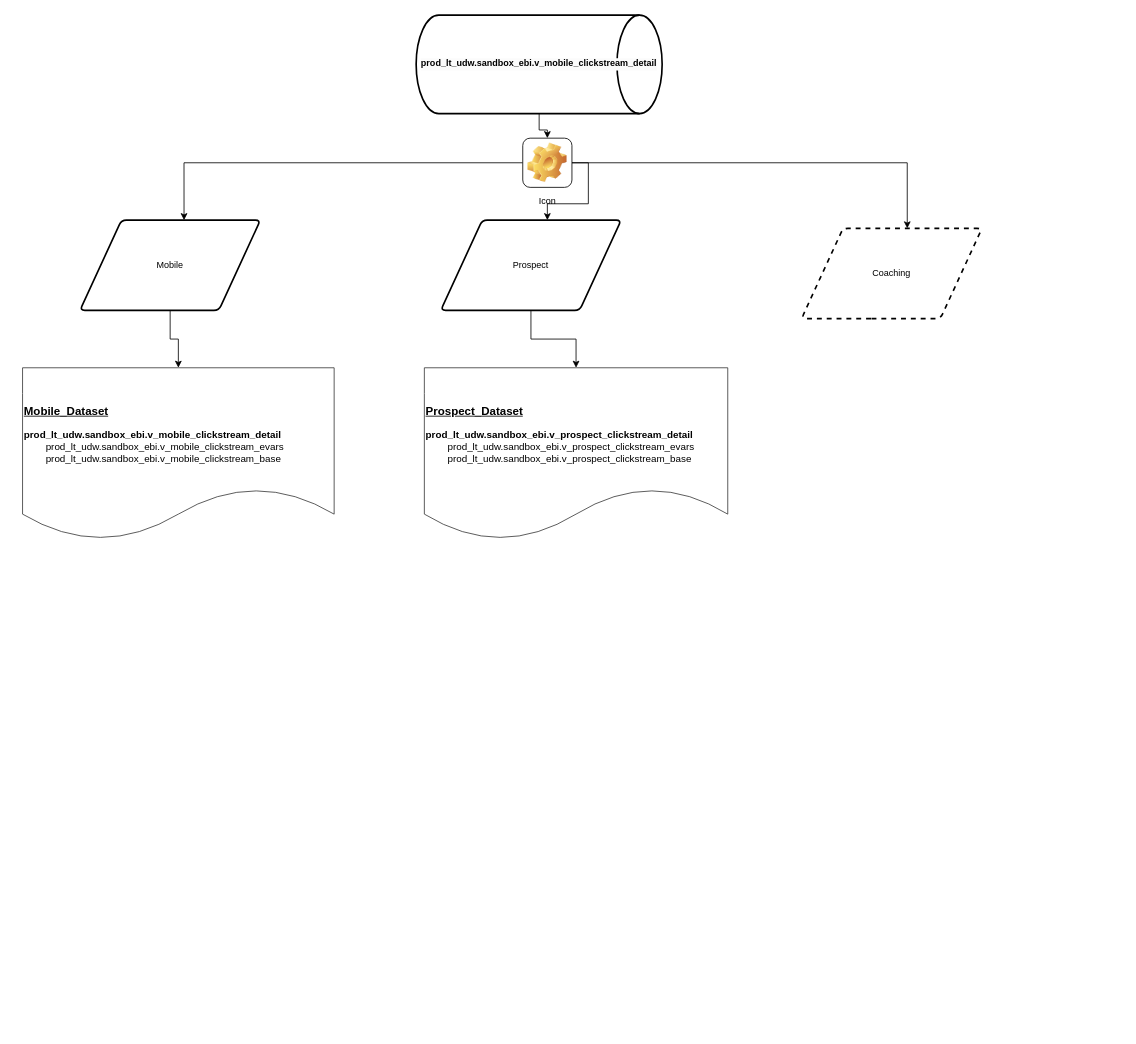
rakesh7464/notes keeps this draw.io diagram as Mobile_Prospect_Coaching_Clickstream_Superset.drawio. Above is the earlier version. Source tidied: cells renumbered, new cells numbered last; positions are measured from the earlier drawing's top-left corner, leaving out a move shared by most shapes. Both pictures are drawn from the tidied source at 82%, with x=0, y=0 at pixel (22, 15).
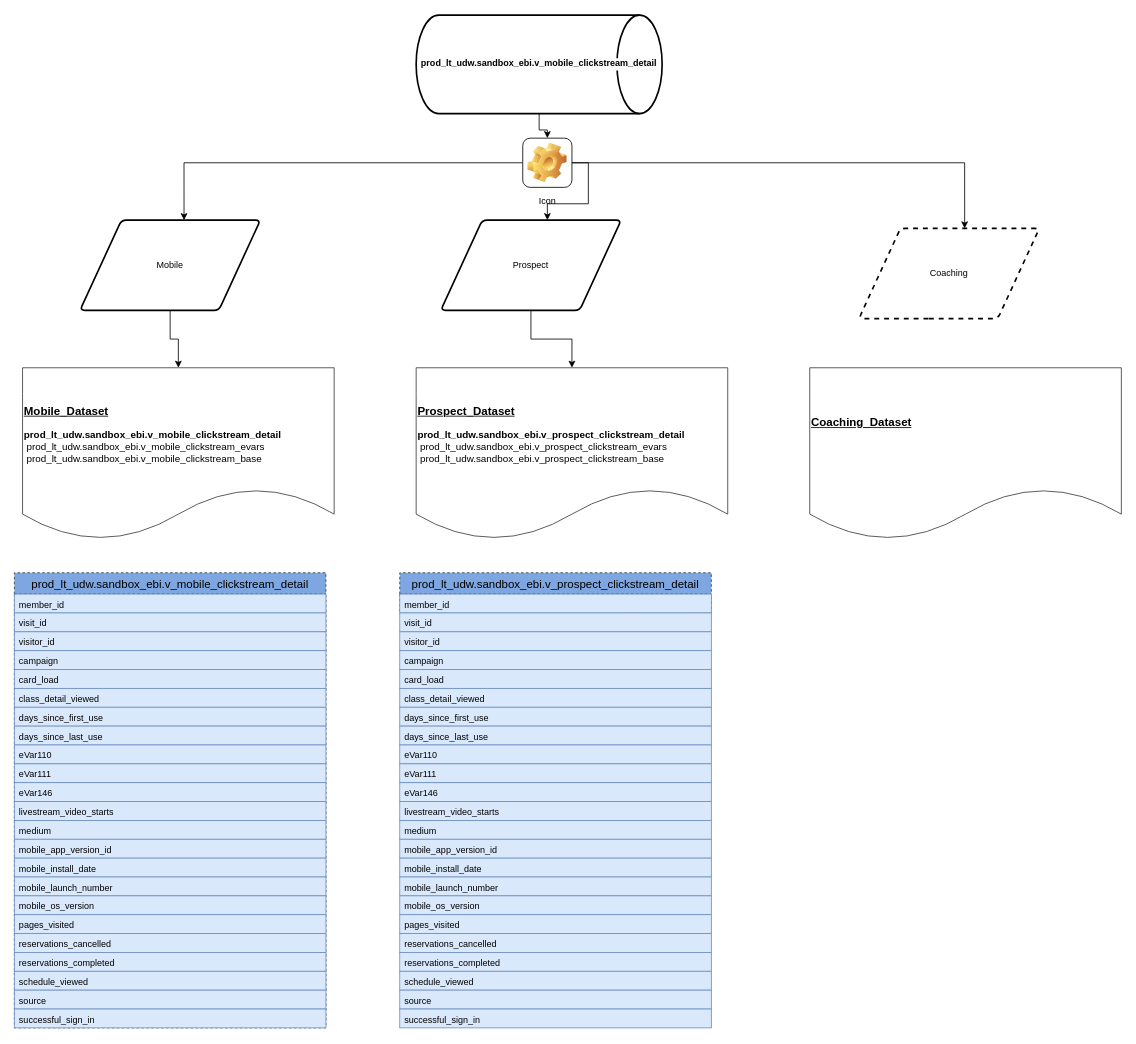
The same page after the edit.

What changed in the source:
```diff
@@
-    <mxCell id="2" value="&lt;h3&gt;&lt;b&gt;&lt;u&gt;Mobile_Dataset&lt;/u&gt;&lt;/b&gt;&lt;/h3&gt;&lt;div&gt;&lt;b&gt;prod_lt_udw.sandbox_ebi.v_mobile_clickstream_detail&lt;u&gt;&lt;br&gt;&lt;/u&gt;&lt;/b&gt;&lt;/div&gt;&lt;span style=&quot;white-space: pre;&quot;&gt;&#9;&lt;/span&gt;prod_lt_udw.sandbox_ebi.&lt;span style=&quot;background-color: initial;&quot;&gt;v_mobile_clickstream_evars&lt;/span&gt;&lt;br&gt;&lt;div&gt;&lt;span style=&quot;white-space: pre;&quot;&gt;&#9;&lt;/span&gt;prod_lt_udw.sandbox_ebi.v_mobile_clickstream_base&lt;/div&gt;" style="shape=document;whiteSpace=wrap;html=1;boundedLbl=1;align=left;strokeColor=#393939;" parent="1" vertex="1">
+    <mxCell id="2" value="&lt;h3&gt;&lt;b&gt;&lt;u&gt;Mobile_Dataset&lt;/u&gt;&lt;/b&gt;&lt;/h3&gt;&lt;div&gt;&lt;b&gt;prod_lt_udw.sandbox_ebi.v_mobile_clickstream_detail&lt;u&gt;&lt;br&gt;&lt;/u&gt;&lt;/b&gt;&lt;/div&gt;&lt;span style=&quot;white-space: pre;&quot;&gt; &lt;/span&gt;prod_lt_udw.sandbox_ebi.&lt;span style=&quot;background-color: initial;&quot;&gt;v_mobile_clickstream_evars&lt;/span&gt;&lt;br&gt;&lt;div&gt;&lt;span style=&quot;white-space: pre;&quot;&gt; &lt;/span&gt;prod_lt_udw.sandbox_ebi.v_mobile_clickstream_base&lt;/div&gt;" style="shape=document;whiteSpace=wrap;html=1;boundedLbl=1;align=left;strokeColor=#393939;" parent="1" vertex="1">
       <mxGeometry y="430" width="380" height="210" as="geometry" />
     </mxCell>
@@
     <mxCell id="11" value="Coaching" style="shape=parallelogram;html=1;strokeWidth=2;perimeter=parallelogramPerimeter;whiteSpace=wrap;rounded=1;arcSize=12;size=0.23;labelBackgroundColor=none;fontFamily=Helvetica;fontSize=11;dashed=1;" parent="1" vertex="1">
-      <mxGeometry x="950" y="260" width="220" height="110" as="geometry" />
+      <mxGeometry x="1020" y="260" width="220" height="110" as="geometry" />
     </mxCell>
@@
-    <mxCell id="14" value="&lt;h3&gt;&lt;b&gt;&lt;u&gt;Prospect_Dataset&lt;/u&gt;&lt;/b&gt;&lt;/h3&gt;&lt;div&gt;&lt;b&gt;prod_lt_udw.sandbox_ebi.v_prospect_clickstream_detail&lt;u&gt;&lt;br&gt;&lt;/u&gt;&lt;/b&gt;&lt;/div&gt;&lt;span style=&quot;white-space: pre;&quot;&gt;&#9;&lt;/span&gt;prod_lt_udw.sandbox_ebi.&lt;span style=&quot;&quot;&gt;v_prospect_clickstream_evars&lt;/span&gt;&lt;br&gt;&lt;div&gt;&lt;span style=&quot;white-space: pre;&quot;&gt;&#9;&lt;/span&gt;prod_lt_udw.sandbox_ebi.v_prospect_clickstream_base&lt;/div&gt;" style="shape=document;whiteSpace=wrap;html=1;boundedLbl=1;align=left;labelBackgroundColor=none;fillColor=#FFFFFF;strokeColor=#393939;" parent="1" vertex="1">
-      <mxGeometry x="490" y="430" width="370" height="210" as="geometry" />
+    <mxCell id="14" value="&lt;h3&gt;&lt;b&gt;&lt;u&gt;Prospect_Dataset&lt;/u&gt;&lt;/b&gt;&lt;/h3&gt;&lt;div&gt;&lt;b&gt;prod_lt_udw.sandbox_ebi.v_prospect_clickstream_detail&lt;u&gt;&lt;br&gt;&lt;/u&gt;&lt;/b&gt;&lt;/div&gt;&lt;span style=&quot;white-space: pre;&quot;&gt; &lt;/span&gt;prod_lt_udw.sandbox_ebi.&lt;span style=&quot;&quot;&gt;v_prospect_clickstream_evars&lt;/span&gt;&lt;br&gt;&lt;div&gt;&lt;span style=&quot;white-space: pre;&quot;&gt; &lt;/span&gt;prod_lt_udw.sandbox_ebi.v_prospect_clickstream_base&lt;/div&gt;" style="shape=document;whiteSpace=wrap;html=1;boundedLbl=1;align=left;labelBackgroundColor=none;fillColor=#FFFFFF;strokeColor=#393939;" parent="1" vertex="1">
+      <mxGeometry x="480" y="430" width="380" height="210" as="geometry" />
     </mxCell>
+    <mxCell id="15" value="&lt;h3&gt;&lt;b&gt;&lt;u&gt;Coaching_Dataset&lt;/u&gt;&lt;/b&gt;&lt;/h3&gt;&lt;div&gt;&lt;/div&gt;&lt;div&gt;&lt;br&gt;&lt;/div&gt;" style="shape=document;whiteSpace=wrap;html=1;boundedLbl=1;align=left;labelBackgroundColor=none;fillColor=#FFFFFF;strokeColor=#393939;" parent="1" vertex="1">
+      <mxGeometry x="960" y="430" width="380" height="210" as="geometry" />
+    </mxCell>
+    <mxCell id="16" value="prod_lt_udw.sandbox_ebi.v_mobile_clickstream_detail" style="swimlane;fontStyle=0;horizontal=1;startSize=26;align=center;fontSize=14;dashed=1;labelBackgroundColor=none;strokeColor=#393939;fontFamily=Helvetica;fillColor=#7EA6E0;gradientColor=none;" parent="1" vertex="1">
+      <mxGeometry x="-10" y="680" width="380" height="555" as="geometry" />
+    </mxCell>
+    <mxCell id="17" value="member_id&#10;" style="text;strokeColor=#6c8ebf;fillColor=#dae8fc;spacingLeft=4;spacingRight=4;overflow=hidden;fontSize=11;fontFamily=Helvetica;" parent="16" vertex="1">
+      <mxGeometry y="26" width="380" height="23" as="geometry" />
+    </mxCell>
+    <mxCell id="18" value="visit_id" style="text;strokeColor=#6c8ebf;fillColor=#dae8fc;spacingLeft=4;spacingRight=4;overflow=hidden;fontSize=11;fontFamily=Helvetica;" parent="16" vertex="1">
+      <mxGeometry y="49" width="380" height="23" as="geometry" />
+    </mxCell>
+    <mxCell id="19" value="visitor_id" style="text;strokeColor=#6c8ebf;fillColor=#dae8fc;spacingLeft=4;spacingRight=4;overflow=hidden;fontSize=11;fontFamily=Helvetica;" parent="16" vertex="1">
+      <mxGeometry y="72" width="380" height="23" as="geometry" />
+    </mxCell>
+    <mxCell id="20" value="campaign" style="text;strokeColor=#6c8ebf;fillColor=#dae8fc;spacingLeft=4;spacingRight=4;overflow=hidden;fontSize=11;fontFamily=Helvetica;" parent="16" vertex="1">
+      <mxGeometry y="95" width="380" height="23" as="geometry" />
+    </mxCell>
+    <mxCell id="21" value="card_load" style="text;strokeColor=#6c8ebf;fillColor=#dae8fc;spacingLeft=4;spacingRight=4;overflow=hidden;fontSize=11;fontFamily=Helvetica;" parent="16" vertex="1">
+      <mxGeometry y="118" width="380" height="23" as="geometry" />
+    </mxCell>
+    <mxCell id="22" value="class_detail_viewed" style="text;strokeColor=#6c8ebf;fillColor=#dae8fc;spacingLeft=4;spacingRight=4;overflow=hidden;fontSize=11;fontFamily=Helvetica;" parent="16" vertex="1">
+      <mxGeometry y="141" width="380" height="23" as="geometry" />
+    </mxCell>
+    <mxCell id="23" value="days_since_first_use" style="text;strokeColor=#6c8ebf;fillColor=#dae8fc;spacingLeft=4;spacingRight=4;overflow=hidden;fontSize=11;fontFamily=Helvetica;" parent="16" vertex="1">
+      <mxGeometry y="164" width="380" height="23" as="geometry" />
+    </mxCell>
+    <mxCell id="24" value="days_since_last_use" style="text;strokeColor=#6c8ebf;fillColor=#dae8fc;spacingLeft=4;spacingRight=4;overflow=hidden;fontSize=11;fontFamily=Helvetica;" parent="16" vertex="1">
+      <mxGeometry y="187" width="380" height="23" as="geometry" />
+    </mxCell>
+    <mxCell id="25" value="eVar110" style="text;strokeColor=#6c8ebf;fillColor=#dae8fc;spacingLeft=4;spacingRight=4;overflow=hidden;fontSize=11;fontFamily=Helvetica;" parent="16" vertex="1">
+      <mxGeometry y="210" width="380" height="23" as="geometry" />
+    </mxCell>
+    <mxCell id="26" value="eVar111" style="text;strokeColor=#6c8ebf;fillColor=#dae8fc;spacingLeft=4;spacingRight=4;overflow=hidden;fontSize=11;fontFamily=Helvetica;" parent="16" vertex="1">
+      <mxGeometry y="233" width="380" height="23" as="geometry" />
+    </mxCell>
+    <mxCell id="27" value="eVar146" style="text;strokeColor=#6c8ebf;fillColor=#dae8fc;spacingLeft=4;spacingRight=4;overflow=hidden;fontSize=11;fontFamily=Helvetica;" parent="16" vertex="1">
+      <mxGeometry y="256" width="380" height="23" as="geometry" />
+    </mxCell>
+    <mxCell id="28" value="livestream_video_starts" style="text;strokeColor=#6c8ebf;fillColor=#dae8fc;spacingLeft=4;spacingRight=4;overflow=hidden;fontSize=11;fontFamily=Helvetica;" parent="16" vertex="1">
+      <mxGeometry y="279" width="380" height="23" as="geometry" />
+    </mxCell>
+    <mxCell id="29" value="medium" style="text;strokeColor=#6c8ebf;fillColor=#dae8fc;spacingLeft=4;spacingRight=4;overflow=hidden;fontSize=11;fontFamily=Helvetica;" parent="16" vertex="1">
+      <mxGeometry y="302" width="380" height="23" as="geometry" />
+    </mxCell>
+    <mxCell id="30" value="mobile_app_version_id" style="text;strokeColor=#6c8ebf;fillColor=#dae8fc;spacingLeft=4;spacingRight=4;overflow=hidden;fontSize=11;fontFamily=Helvetica;" parent="16" vertex="1">
+      <mxGeometry y="325" width="380" height="23" as="geometry" />
+    </mxCell>
+    <mxCell id="31" value="mobile_install_date" style="text;strokeColor=#6c8ebf;fillColor=#dae8fc;spacingLeft=4;spacingRight=4;overflow=hidden;fontSize=11;fontFamily=Helvetica;" parent="16" vertex="1">
+      <mxGeometry y="348" width="380" height="23" as="geometry" />
+    </mxCell>
+    <mxCell id="32" value="mobile_launch_number" style="text;strokeColor=#6c8ebf;fillColor=#dae8fc;spacingLeft=4;spacingRight=4;overflow=hidden;fontSize=11;fontFamily=Helvetica;" parent="16" vertex="1">
+      <mxGeometry y="371" width="380" height="23" as="geometry" />
+    </mxCell>
+    <mxCell id="33" value="mobile_os_version" style="text;strokeColor=#6c8ebf;fillColor=#dae8fc;spacingLeft=4;spacingRight=4;overflow=hidden;fontSize=11;fontFamily=Helvetica;" parent="16" vertex="1">
+      <mxGeometry y="394" width="380" height="23" as="geometry" />
+    </mxCell>
+    <mxCell id="34" value="pages_visited" style="text;strokeColor=#6c8ebf;fillColor=#dae8fc;spacingLeft=4;spacingRight=4;overflow=hidden;fontSize=11;fontFamily=Helvetica;" parent="16" vertex="1">
+      <mxGeometry y="417" width="380" height="23" as="geometry" />
+    </mxCell>
+    <mxCell id="35" value="reservations_cancelled" style="text;strokeColor=#6c8ebf;fillColor=#dae8fc;spacingLeft=4;spacingRight=4;overflow=hidden;fontSize=11;fontFamily=Helvetica;" parent="16" vertex="1">
+      <mxGeometry y="440" width="380" height="23" as="geometry" />
+    </mxCell>
+    <mxCell id="36" value="reservations_completed" style="text;strokeColor=#6c8ebf;fillColor=#dae8fc;spacingLeft=4;spacingRight=4;overflow=hidden;fontSize=11;fontFamily=Helvetica;" parent="16" vertex="1">
+      <mxGeometry y="463" width="380" height="23" as="geometry" />
+    </mxCell>
+    <mxCell id="37" value="schedule_viewed" style="text;strokeColor=#6c8ebf;fillColor=#dae8fc;spacingLeft=4;spacingRight=4;overflow=hidden;fontSize=11;fontFamily=Helvetica;" parent="16" vertex="1">
+      <mxGeometry y="486" width="380" height="23" as="geometry" />
+    </mxCell>
+    <mxCell id="38" value="source" style="text;strokeColor=#6c8ebf;fillColor=#dae8fc;spacingLeft=4;spacingRight=4;overflow=hidden;fontSize=11;fontFamily=Helvetica;" parent="16" vertex="1">
+      <mxGeometry y="509" width="380" height="23" as="geometry" />
+    </mxCell>
+    <mxCell id="39" value="successful_sign_in" style="text;strokeColor=#6c8ebf;fillColor=#dae8fc;spacingLeft=4;spacingRight=4;overflow=hidden;fontSize=11;fontFamily=Helvetica;" parent="16" vertex="1">
+      <mxGeometry y="532" width="380" height="23" as="geometry" />
+    </mxCell>
+    <mxCell id="40" value="prod_lt_udw.sandbox_ebi.v_prospect_clickstream_detail" style="swimlane;fontStyle=0;horizontal=1;startSize=26;align=center;fontSize=14;dashed=1;labelBackgroundColor=none;strokeColor=#393939;fontFamily=Helvetica;fillColor=#7EA6E0;gradientColor=none;" parent="1" vertex="1">
+      <mxGeometry x="460" y="680" width="380" height="49" as="geometry" />
+    </mxCell>
+    <mxCell id="41" value="member_id&#10;" style="text;strokeColor=#6c8ebf;fillColor=#dae8fc;spacingLeft=4;spacingRight=4;overflow=hidden;fontSize=11;fontFamily=Helvetica;" parent="40" vertex="1">
+      <mxGeometry y="26" width="380" height="23" as="geometry" />
+    </mxCell>
+    <mxCell id="42" value="visit_id" style="text;strokeColor=#6c8ebf;fillColor=#dae8fc;spacingLeft=4;spacingRight=4;overflow=hidden;fontSize=11;fontFamily=Helvetica;" parent="40" vertex="1">
+      <mxGeometry y="49" width="380" height="23" as="geometry" />
+    </mxCell>
+    <mxCell id="43" value="visitor_id" style="text;strokeColor=#6c8ebf;fillColor=#dae8fc;spacingLeft=4;spacingRight=4;overflow=hidden;fontSize=11;fontFamily=Helvetica;" parent="40" vertex="1">
+      <mxGeometry y="72" width="380" height="23" as="geometry" />
+    </mxCell>
+    <mxCell id="44" value="campaign" style="text;strokeColor=#6c8ebf;fillColor=#dae8fc;spacingLeft=4;spacingRight=4;overflow=hidden;fontSize=11;fontFamily=Helvetica;" parent="40" vertex="1">
+      <mxGeometry y="95" width="380" height="23" as="geometry" />
+    </mxCell>
+    <mxCell id="45" value="card_load" style="text;strokeColor=#6c8ebf;fillColor=#dae8fc;spacingLeft=4;spacingRight=4;overflow=hidden;fontSize=11;fontFamily=Helvetica;" parent="40" vertex="1">
+      <mxGeometry y="118" width="380" height="23" as="geometry" />
+    </mxCell>
+    <mxCell id="46" value="class_detail_viewed" style="text;strokeColor=#6c8ebf;fillColor=#dae8fc;spacingLeft=4;spacingRight=4;overflow=hidden;fontSize=11;fontFamily=Helvetica;" parent="40" vertex="1">
+      <mxGeometry y="141" width="380" height="23" as="geometry" />
+    </mxCell>
+    <mxCell id="47" value="days_since_first_use" style="text;strokeColor=#6c8ebf;fillColor=#dae8fc;spacingLeft=4;spacingRight=4;overflow=hidden;fontSize=11;fontFamily=Helvetica;" parent="40" vertex="1">
+      <mxGeometry y="164" width="380" height="23" as="geometry" />
+    </mxCell>
+    <mxCell id="48" value="days_since_last_use" style="text;strokeColor=#6c8ebf;fillColor=#dae8fc;spacingLeft=4;spacingRight=4;overflow=hidden;fontSize=11;fontFamily=Helvetica;" parent="40" vertex="1">
+      <mxGeometry y="187" width="380" height="23" as="geometry" />
+    </mxCell>
+    <mxCell id="49" value="eVar110" style="text;strokeColor=#6c8ebf;fillColor=#dae8fc;spacingLeft=4;spacingRight=4;overflow=hidden;fontSize=11;fontFamily=Helvetica;" parent="40" vertex="1">
+      <mxGeometry y="210" width="380" height="23" as="geometry" />
+    </mxCell>
+    <mxCell id="50" value="eVar111" style="text;strokeColor=#6c8ebf;fillColor=#dae8fc;spacingLeft=4;spacingRight=4;overflow=hidden;fontSize=11;fontFamily=Helvetica;" parent="40" vertex="1">
+      <mxGeometry y="233" width="380" height="23" as="geometry" />
+    </mxCell>
+    <mxCell id="51" value="eVar146" style="text;strokeColor=#6c8ebf;fillColor=#dae8fc;spacingLeft=4;spacingRight=4;overflow=hidden;fontSize=11;fontFamily=Helvetica;" parent="40" vertex="1">
+      <mxGeometry y="256" width="380" height="23" as="geometry" />
+    </mxCell>
+    <mxCell id="52" value="livestream_video_starts" style="text;strokeColor=#6c8ebf;fillColor=#dae8fc;spacingLeft=4;spacingRight=4;overflow=hidden;fontSize=11;fontFamily=Helvetica;" parent="40" vertex="1">
+      <mxGeometry y="279" width="380" height="23" as="geometry" />
+    </mxCell>
+    <mxCell id="53" value="medium" style="text;strokeColor=#6c8ebf;fillColor=#dae8fc;spacingLeft=4;spacingRight=4;overflow=hidden;fontSize=11;fontFamily=Helvetica;" parent="40" vertex="1">
+      <mxGeometry y="302" width="380" height="23" as="geometry" />
+    </mxCell>
+    <mxCell id="54" value="mobile_app_version_id" style="text;strokeColor=#6c8ebf;fillColor=#dae8fc;spacingLeft=4;spacingRight=4;overflow=hidden;fontSize=11;fontFamily=Helvetica;" parent="40" vertex="1">
+      <mxGeometry y="325" width="380" height="23" as="geometry" />
+    </mxCell>
+    <mxCell id="55" value="mobile_install_date" style="text;strokeColor=#6c8ebf;fillColor=#dae8fc;spacingLeft=4;spacingRight=4;overflow=hidden;fontSize=11;fontFamily=Helvetica;" parent="40" vertex="1">
+      <mxGeometry y="348" width="380" height="23" as="geometry" />
+    </mxCell>
+    <mxCell id="56" value="mobile_launch_number" style="text;strokeColor=#6c8ebf;fillColor=#dae8fc;spacingLeft=4;spacingRight=4;overflow=hidden;fontSize=11;fontFamily=Helvetica;" parent="40" vertex="1">
+      <mxGeometry y="371" width="380" height="23" as="geometry" />
+    </mxCell>
+    <mxCell id="57" value="mobile_os_version" style="text;strokeColor=#6c8ebf;fillColor=#dae8fc;spacingLeft=4;spacingRight=4;overflow=hidden;fontSize=11;fontFamily=Helvetica;" parent="40" vertex="1">
+      <mxGeometry y="394" width="380" height="23" as="geometry" />
+    </mxCell>
+    <mxCell id="58" value="pages_visited" style="text;strokeColor=#6c8ebf;fillColor=#dae8fc;spacingLeft=4;spacingRight=4;overflow=hidden;fontSize=11;fontFamily=Helvetica;" parent="40" vertex="1">
+      <mxGeometry y="417" width="380" height="23" as="geometry" />
+    </mxCell>
+    <mxCell id="59" value="reservations_cancelled" style="text;strokeColor=#6c8ebf;fillColor=#dae8fc;spacingLeft=4;spacingRight=4;overflow=hidden;fontSize=11;fontFamily=Helvetica;" parent="40" vertex="1">
+      <mxGeometry y="440" width="380" height="23" as="geometry" />
+    </mxCell>
+    <mxCell id="60" value="reservations_completed" style="text;strokeColor=#6c8ebf;fillColor=#dae8fc;spacingLeft=4;spacingRight=4;overflow=hidden;fontSize=11;fontFamily=Helvetica;" parent="40" vertex="1">
+      <mxGeometry y="463" width="380" height="23" as="geometry" />
+    </mxCell>
+    <mxCell id="61" value="schedule_viewed" style="text;strokeColor=#6c8ebf;fillColor=#dae8fc;spacingLeft=4;spacingRight=4;overflow=hidden;fontSize=11;fontFamily=Helvetica;" parent="40" vertex="1">
+      <mxGeometry y="486" width="380" height="23" as="geometry" />
+    </mxCell>
+    <mxCell id="62" value="source" style="text;strokeColor=#6c8ebf;fillColor=#dae8fc;spacingLeft=4;spacingRight=4;overflow=hidden;fontSize=11;fontFamily=Helvetica;" parent="40" vertex="1">
+      <mxGeometry y="509" width="380" height="23" as="geometry" />
+    </mxCell>
+    <mxCell id="63" value="successful_sign_in" style="text;strokeColor=#6c8ebf;fillColor=#dae8fc;spacingLeft=4;spacingRight=4;overflow=hidden;fontSize=11;fontFamily=Helvetica;" parent="40" vertex="1">
+      <mxGeometry y="532" width="380" height="23" as="geometry" />
+    </mxCell>
```
